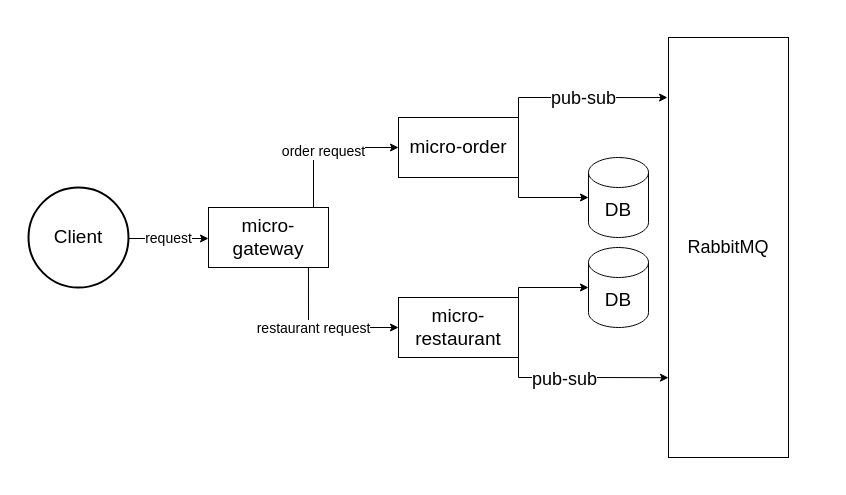
Earlier version of the draw.io diagram microservice_architecture.drawio.xml (gustavosdelgado/microservices_architecture). Source tidied: cells renumbered, new cells numbered last; positions are measured from the earlier drawing's top-left corner, leaving out a move shared by most shapes. Both pictures are drawn from the tidied source at 100%, with x=0, y=0 at pixel (28, 37).
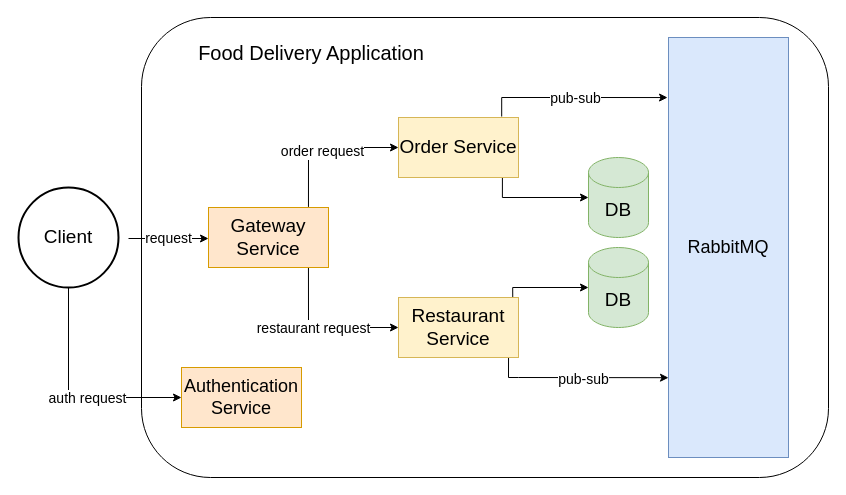
The same diagram, later.

Diff of the diagram source:
```diff
@@
+    <mxCell id="20" style="rounded=1;whiteSpace=wrap;html=1;" parent="1" vertex="1">
+      <mxGeometry x="113" y="-20" width="687" height="460" as="geometry" />
+    </mxCell>
@@
+    <mxCell id="21" style="edgeStyle=orthogonalEdgeStyle;rounded=0;jettySize=auto;html=1;exitX=0.5;exitY=1;exitDx=0;exitDy=0;exitPerimeter=0;entryX=0;entryY=0.5;entryDx=0;entryDy=0;fontSize=18;" parent="1" edge="1" source="3" target="24">
+      <mxGeometry relative="1" as="geometry" />
+    </mxCell>
+    <mxCell id="22" value="auth request" style="edgeLabel;html=1;align=center;verticalAlign=middle;fontSize=14;" parent="21" vertex="1">
+      <mxGeometry x="0.15" relative="1" as="geometry" />
+    </mxCell>
     <mxCell id="3" value="&lt;div style=&quot;font-size: 19px;&quot;&gt;Client&lt;/div&gt;" style="strokeWidth=2;html=1;shape=mxgraph.flowchart.start_2;whiteSpace=wrap;fontSize=19;" parent="1" vertex="1">
-      <mxGeometry y="150" width="100" height="100" as="geometry" />
+      <mxGeometry x="-10" y="150" width="100" height="100" as="geometry" />
     </mxCell>
-    <mxCell id="4" style="edgeStyle=orthogonalEdgeStyle;rounded=0;jettySize=auto;html=1;exitX=0.875;exitY=0.017;exitDx=0;exitDy=0;entryX=0;entryY=0.5;entryDx=0;entryDy=0;fontSize=14;exitPerimeter=0;" parent="1" edge="1" source="8" target="17">
+    <mxCell id="4" style="edgeStyle=orthogonalEdgeStyle;rounded=0;jettySize=auto;html=1;exitX=0.833;exitY=-0.01;exitDx=0;exitDy=0;entryX=0;entryY=0.5;entryDx=0;entryDy=0;fontSize=14;exitPerimeter=0;" parent="1" edge="1" source="8" target="17">
       <mxGeometry relative="1" as="geometry" />
     </mxCell>
@@
-    <mxCell id="8" value="micro-gateway" style="rounded=0;whiteSpace=wrap;html=1;fontSize=19;" parent="1" vertex="1">
+    <mxCell id="8" value="Gateway Service" style="rounded=0;whiteSpace=wrap;html=1;fontSize=19;fillColor=#ffe6cc;strokeColor=#d79b00;" parent="1" vertex="1">
       <mxGeometry x="180" y="170" width="120" height="60" as="geometry" />
     </mxCell>
-    <mxCell id="9" style="edgeStyle=orthogonalEdgeStyle;rounded=0;jettySize=auto;html=1;exitX=1;exitY=0;exitDx=0;exitDy=0;entryX=0;entryY=0.5;entryDx=0;entryDy=0;entryPerimeter=0;fontSize=14;" parent="1" edge="1" source="12" target="13">
+    <mxCell id="9" style="edgeStyle=orthogonalEdgeStyle;rounded=0;jettySize=auto;html=1;exitX=0.952;exitY=0;exitDx=0;exitDy=0;entryX=0;entryY=0.5;entryDx=0;entryDy=0;entryPerimeter=0;fontSize=14;exitPerimeter=0;" parent="1" edge="1" source="12" target="13">
       <mxGeometry relative="1" as="geometry">
         <Array as="points">
-          <mxPoint x="490" y="250" />
+          <mxPoint x="484" y="250" />
         </Array>
       </mxGeometry>
     </mxCell>
-    <mxCell id="10" style="edgeStyle=orthogonalEdgeStyle;rounded=0;jettySize=auto;html=1;exitX=1;exitY=1;exitDx=0;exitDy=0;entryX=0;entryY=0.81;entryDx=0;entryDy=0;entryPerimeter=0;fontSize=18;" parent="1" edge="1" source="12" target="19">
-      <mxGeometry relative="1" as="geometry" />
+    <mxCell id="10" style="edgeStyle=orthogonalEdgeStyle;rounded=0;jettySize=auto;html=1;exitX=0.917;exitY=1;exitDx=0;exitDy=0;entryX=0;entryY=0.81;entryDx=0;entryDy=0;entryPerimeter=0;fontSize=18;exitPerimeter=0;" parent="1" edge="1" source="12" target="19">
+      <mxGeometry relative="1" as="geometry">
+        <Array as="points">
+          <mxPoint x="480" y="340" />
+          <mxPoint x="490" y="340" />
+        </Array>
+      </mxGeometry>
     </mxCell>
-    <mxCell id="11" value="pub-sub" style="edgeLabel;html=1;align=center;verticalAlign=middle;fontSize=18;" parent="10" vertex="1">
+    <mxCell id="11" value="pub-sub" style="edgeLabel;html=1;align=center;verticalAlign=middle;fontSize=14;" parent="10" vertex="1">
       <mxGeometry x="-0.24" y="-2" relative="1" as="geometry">
-        <mxPoint y="-1" as="offset" />
+        <mxPoint x="27" y="-1" as="offset" />
       </mxGeometry>
     </mxCell>
-    <mxCell id="12" value="micro-restaurant" style="rounded=0;whiteSpace=wrap;html=1;fontSize=19;" parent="1" vertex="1">
+    <mxCell id="12" value="Restaurant Service" style="rounded=0;whiteSpace=wrap;html=1;fontSize=19;fillColor=#fff2cc;strokeColor=#d6b656;" parent="1" vertex="1">
       <mxGeometry x="370" y="260" width="120" height="60" as="geometry" />
     </mxCell>
-    <mxCell id="13" value="DB" style="shape=cylinder3;whiteSpace=wrap;html=1;boundedLbl=1;backgroundOutline=1;size=15;fontSize=19;" parent="1" vertex="1">
+    <mxCell id="13" value="DB" style="shape=cylinder3;whiteSpace=wrap;html=1;boundedLbl=1;backgroundOutline=1;size=15;fontSize=19;fillColor=#d5e8d4;strokeColor=#82b366;" parent="1" vertex="1">
       <mxGeometry x="560" y="210" width="60" height="80" as="geometry" />
     </mxCell>
-    <mxCell id="14" style="edgeStyle=orthogonalEdgeStyle;rounded=0;jettySize=auto;html=1;exitX=1;exitY=1;exitDx=0;exitDy=0;entryX=0;entryY=0.5;entryDx=0;entryDy=0;entryPerimeter=0;fontSize=14;" parent="1" edge="1" source="17" target="18">
+    <mxCell id="14" style="edgeStyle=orthogonalEdgeStyle;rounded=0;jettySize=auto;html=1;exitX=0.866;exitY=1.003;exitDx=0;exitDy=0;entryX=0;entryY=0.5;entryDx=0;entryDy=0;entryPerimeter=0;fontSize=14;exitPerimeter=0;" parent="1" edge="1" source="17" target="18">
       <mxGeometry relative="1" as="geometry" />
     </mxCell>
-    <mxCell id="15" style="edgeStyle=orthogonalEdgeStyle;rounded=0;jettySize=auto;html=1;exitX=1;exitY=0;exitDx=0;exitDy=0;entryX=-0.008;entryY=0.143;entryDx=0;entryDy=0;entryPerimeter=0;fontSize=18;" parent="1" edge="1" source="17" target="19">
+    <mxCell id="15" style="edgeStyle=orthogonalEdgeStyle;rounded=0;jettySize=auto;html=1;exitX=0.86;exitY=-0.016;exitDx=0;exitDy=0;entryX=-0.008;entryY=0.143;entryDx=0;entryDy=0;entryPerimeter=0;fontSize=18;exitPerimeter=0;" parent="1" edge="1" source="17" target="19">
       <mxGeometry relative="1" as="geometry" />
     </mxCell>
-    <mxCell id="16" value="pub-sub" style="edgeLabel;html=1;align=center;verticalAlign=middle;fontSize=18;" parent="15" vertex="1">
+    <mxCell id="16" value="pub-sub" style="edgeLabel;html=1;align=center;verticalAlign=middle;fontSize=14;" parent="15" vertex="1">
       <mxGeometry x="-0.01" y="-3" relative="1" as="geometry">
         <mxPoint y="-3" as="offset" />
       </mxGeometry>
     </mxCell>
-    <mxCell id="17" value="&lt;div&gt;micro-order&lt;/div&gt;" style="rounded=0;whiteSpace=wrap;html=1;fontSize=19;" parent="1" vertex="1">
+    <mxCell id="17" value="Order Service" style="rounded=0;whiteSpace=wrap;html=1;fontSize=19;fillColor=#fff2cc;strokeColor=#d6b656;" parent="1" vertex="1">
       <mxGeometry x="370" y="80" width="120" height="60" as="geometry" />
     </mxCell>
-    <mxCell id="18" value="DB" style="shape=cylinder3;whiteSpace=wrap;html=1;boundedLbl=1;backgroundOutline=1;size=15;fontSize=19;" parent="1" vertex="1">
+    <mxCell id="18" value="DB" style="shape=cylinder3;whiteSpace=wrap;html=1;boundedLbl=1;backgroundOutline=1;size=15;fontSize=19;fillColor=#d5e8d4;strokeColor=#82b366;" parent="1" vertex="1">
       <mxGeometry x="560" y="120" width="60" height="80" as="geometry" />
     </mxCell>
-    <mxCell id="19" value="RabbitMQ" style="rounded=0;whiteSpace=wrap;html=1;fontSize=18;" parent="1" vertex="1">
+    <mxCell id="19" value="RabbitMQ" style="rounded=0;whiteSpace=wrap;html=1;fontSize=18;fillColor=#dae8fc;strokeColor=#6c8ebf;" parent="1" vertex="1">
       <mxGeometry x="640" width="120" height="420" as="geometry" />
     </mxCell>
+    <mxCell id="23" value="Food Delivery Application" style="text;html=1;strokeColor=none;fillColor=none;align=center;verticalAlign=middle;whiteSpace=wrap;rounded=0;fontSize=20;" parent="1" vertex="1">
+      <mxGeometry x="163" width="240" height="30" as="geometry" />
+    </mxCell>
+    <mxCell id="24" value="Authentication Service" style="rounded=0;whiteSpace=wrap;html=1;fontSize=18;fillColor=#ffe6cc;strokeColor=#d79b00;" parent="1" vertex="1">
+      <mxGeometry x="153" y="330" width="120" height="60" as="geometry" />
+    </mxCell>
```
